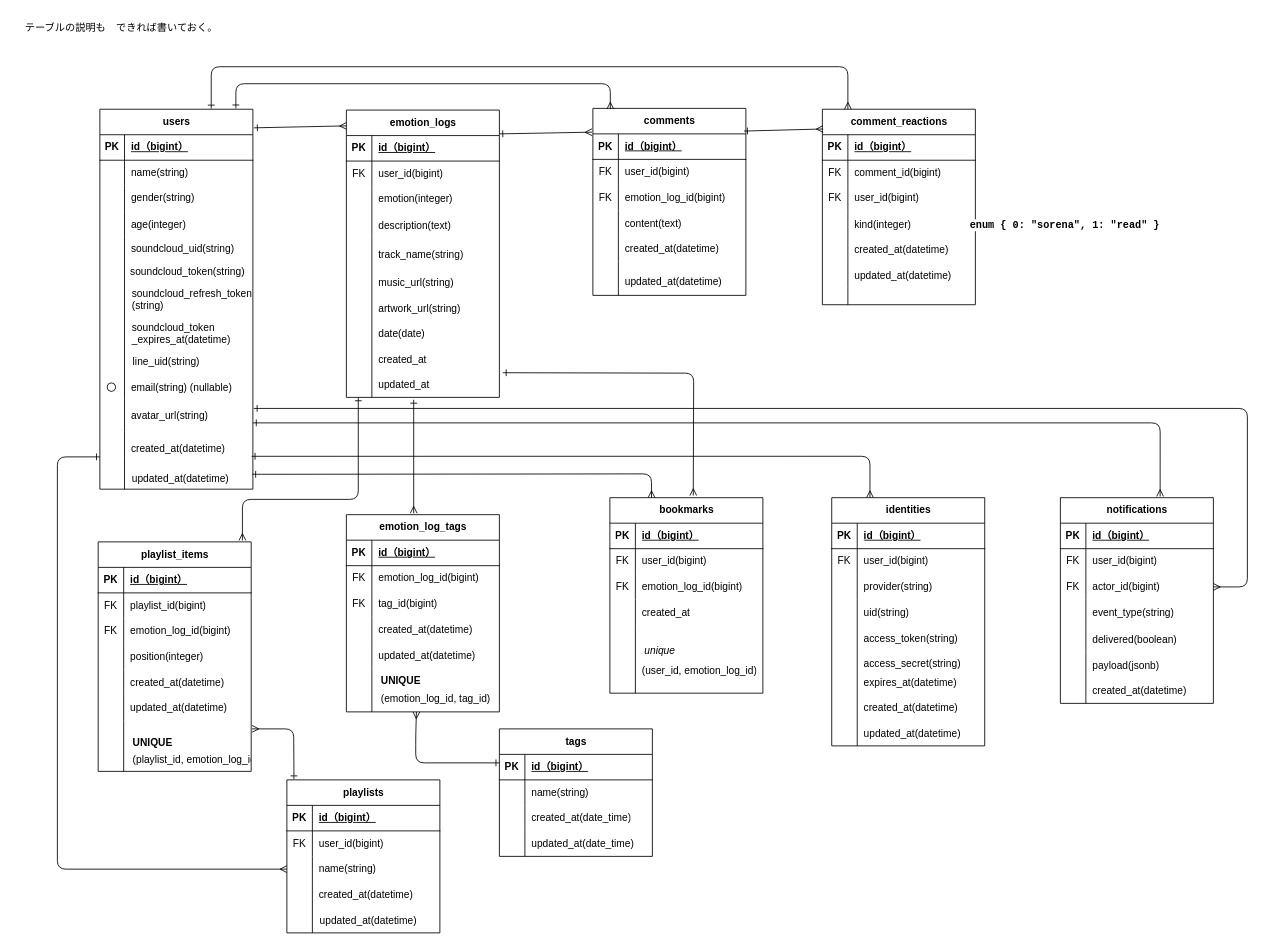
Earlier version of the draw.io diagram emotion_music_er.drawio (morikkosan/emotion_music_box). Source tidied: cells renumbered, new cells numbered last; positions are measured from the earlier drawing's top-left corner, leaving out a move shared by most shapes. Both pictures are drawn from the tidied source at 85%, with x=0, y=0 at pixel (14, 14).
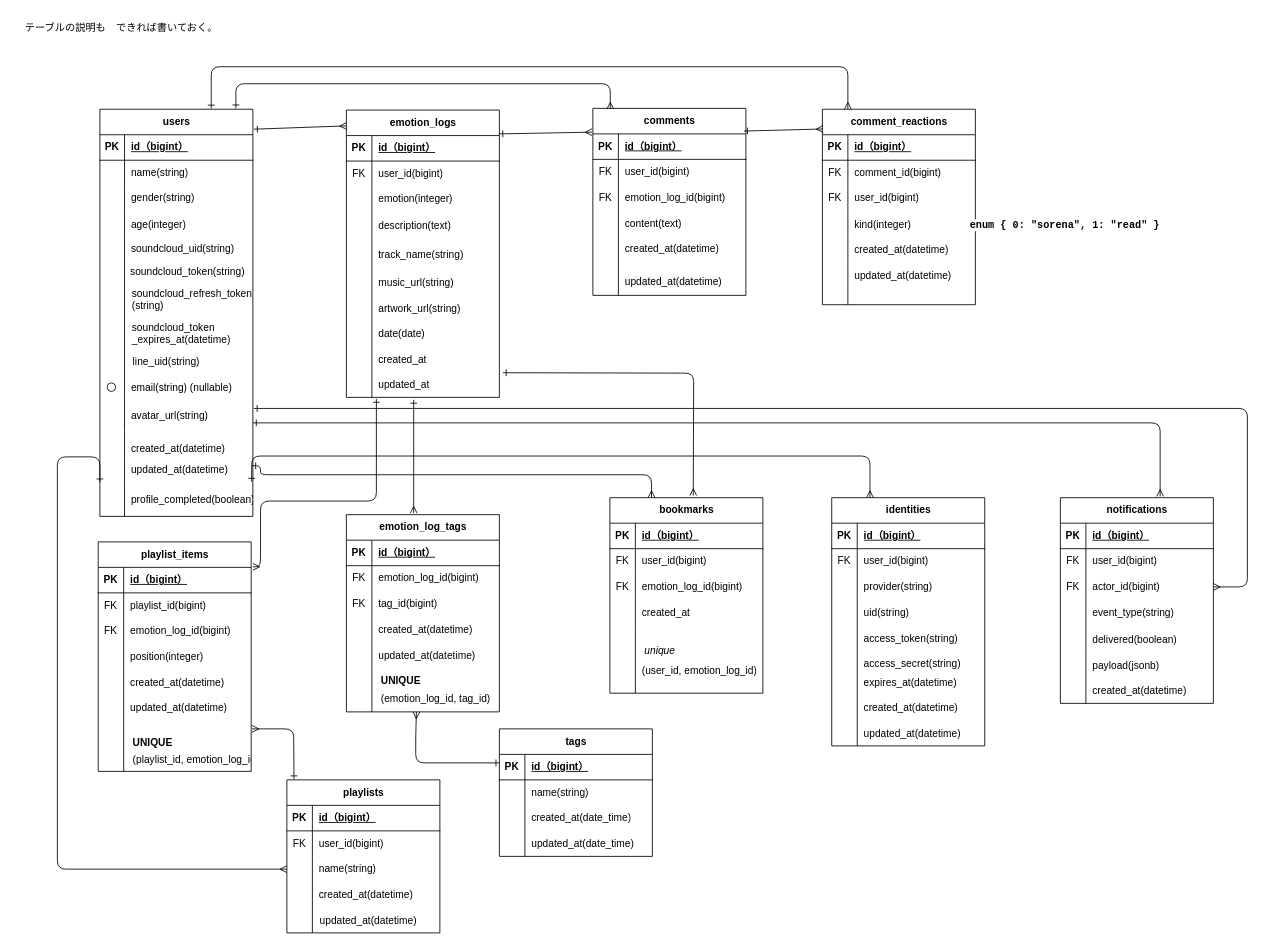
The same page after the edit.

Unchanged cells that the change refers to:
```xml
<mxCell id="195" style="shape=tableRow;horizontal=0;startSize=0;swimlaneHead=0;swimlaneBody=0;fillColor=none;points=[[0,0.5],[1,0.5]];portConstraint=eastwest;top=0;left=0;right=0;bottom=1;" parent="194" vertex="1">
  <mxGeometry y="30" width="180" height="30" as="geometry" />
</mxCell>
```

The edit, as a diff of the source:
```diff
@@
     <mxCell id="2" value="users" style="shape=table;startSize=30;childLayout=tableLayout;rowLines=0;fontStyle=1;align=center;html=1;" parent="1" vertex="1">
-      <mxGeometry x="100" y="111" width="180" height="447" as="geometry" />
+      <mxGeometry x="100" y="111" width="180" height="479" as="geometry" />
     </mxCell>
@@
+    <mxCell id="53" style="shape=tableRow;horizontal=0;startSize=0;swimlaneHead=0;swimlaneBody=0;fillColor=none;points=[[0,0.5],[1,0.5]];portConstraint=eastwest;top=0;left=0;right=0;bottom=0;" parent="2" vertex="1">
+      <mxGeometry y="409" width="180" height="30" as="geometry" />
+    </mxCell>
+    <mxCell id="54" style="shape=partialRectangle;fillColor=none;top=0;left=0;bottom=0;right=0;overflow=hidden;" parent="53" vertex="1">
+      <mxGeometry width="29" height="30" as="geometry" />
+    </mxCell>
+    <mxCell id="55" value="updated_at(datetime)" style="shape=partialRectangle;fillColor=none;top=0;left=0;bottom=0;right=0;align=left;spacingLeft=6;overflow=hidden;" parent="53" vertex="1">
+      <mxGeometry x="29" width="151" height="30" as="geometry" />
+    </mxCell>
     <mxCell id="24" style="shape=tableRow;horizontal=0;startSize=0;swimlaneHead=0;swimlaneBody=0;fillColor=none;points=[[0,0.5],[1,0.5]];portConstraint=eastwest;top=0;left=0;right=0;bottom=0;" parent="2" vertex="1">
-      <mxGeometry y="409" width="180" height="38" as="geometry" />
+      <mxGeometry y="439" width="180" height="40" as="geometry" />
     </mxCell>
     <mxCell id="25" style="shape=partialRectangle;fillColor=none;top=0;left=0;bottom=0;right=0;overflow=hidden;" parent="24" vertex="1">
-      <mxGeometry width="29" height="38" as="geometry" />
+      <mxGeometry width="29" height="40" as="geometry" />
     </mxCell>
-    <mxCell id="26" style="shape=partialRectangle;fillColor=none;top=0;left=0;bottom=0;right=0;align=left;spacingLeft=6;overflow=hidden;" parent="24" vertex="1">
-      <mxGeometry x="29" width="151" height="38" as="geometry" />
+    <mxCell id="26" value="profile_completed(boolean)" style="shape=partialRectangle;fillColor=none;top=0;left=0;bottom=0;right=0;align=left;spacingLeft=6;overflow=hidden;" parent="24" vertex="1">
+      <mxGeometry x="29" width="151" height="40" as="geometry" />
     </mxCell>
@@
-    <mxCell id="52" style="shape=table;startSize=0;childLayout=tableLayout;rowLines=0;fontStyle=0;align=center;strokeColor=none;fillColor=none;whiteSpace=wrap;html=1;" parent="1" vertex="1">
-      <mxGeometry x="100" y="530" width="180" height="30" as="geometry" />
-    </mxCell>
-    <mxCell id="53" style="shape=tableRow;horizontal=0;startSize=0;swimlaneHead=0;swimlaneBody=0;fillColor=none;points=[[0,0.5],[1,0.5]];portConstraint=eastwest;top=0;left=0;right=0;bottom=0;" parent="52" vertex="1">
-      <mxGeometry width="180" height="30" as="geometry" />
-    </mxCell>
-    <mxCell id="54" style="shape=partialRectangle;fillColor=none;top=0;left=0;bottom=0;right=0;overflow=hidden;" parent="53" vertex="1">
-      <mxGeometry width="30" height="30" as="geometry" />
-    </mxCell>
-    <mxCell id="55" value="updated_at(datetime)" style="shape=partialRectangle;fillColor=none;top=0;left=0;bottom=0;right=0;align=left;spacingLeft=6;overflow=hidden;" parent="53" vertex="1">
-      <mxGeometry x="30" width="150" height="30" as="geometry" />
-    </mxCell>
@@
-    <mxCell id="284" style="fontSize=12;html=1;endArrow=ERmany;startArrow=ERone;startFill=0;endFill=0;strokeColor=default;entryX=0.943;entryY=-0.01;entryDx=0;entryDy=0;entryPerimeter=0;edgeStyle=orthogonalEdgeStyle;" parent="1" edge="1">
+    <mxCell id="284" style="fontSize=12;html=1;endArrow=ERmany;startArrow=ERone;startFill=0;endFill=0;strokeColor=default;entryX=1.011;entryY=-0.023;entryDx=0;entryDy=0;entryPerimeter=0;edgeStyle=orthogonalEdgeStyle;" parent="1" edge="1" target="195">
       <mxGeometry relative="1" as="geometry">
-        <mxPoint x="404" y="450" as="sourcePoint" />
-        <mxPoint x="267.7" y="618.3" as="targetPoint" />
+        <mxPoint x="425.3" y="451.7" as="sourcePoint" />
         <Array as="points">
-          <mxPoint x="404" y="570" />
-          <mxPoint x="268" y="570" />
+          <mxPoint x="425" y="572" />
+          <mxPoint x="289" y="572" />
+          <mxPoint x="289" y="649" />
         </Array>
       </mxGeometry>
     </mxCell>
```
